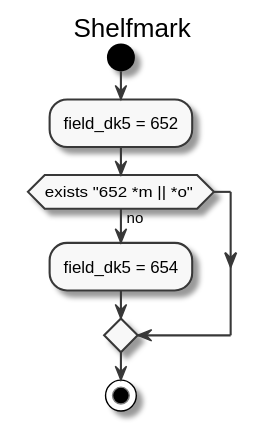
The PlantUML diagram docs/react/localisation/shelfmark2.svg in danskernesdigitalebibliotek/plantuml, before a commit.
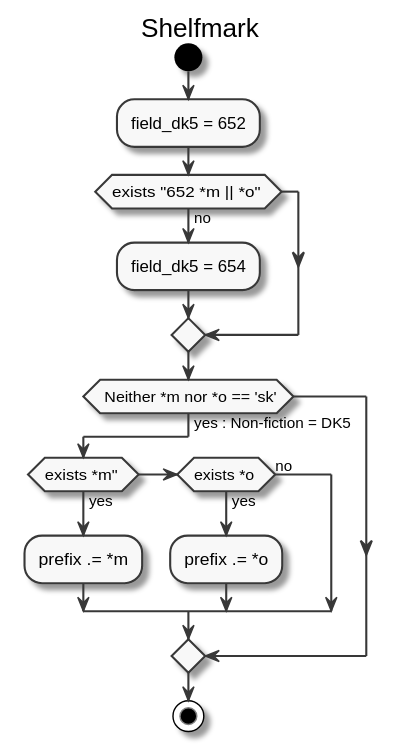
The same file after the commit.

What changed in the source:
```diff
@@ -11,5 +11,15 @@
 
 
 
+if ( Neither *m nor *o == 'sk') then (yes : Non-fiction = DK5)
+    if (exists *m" ) then (yes)
+        :prefix .= *m;
+    elseif (exists *o ) then (yes)
+        :prefix .= *o;
+    else (no)
+    endif
+
+endif
+
 stop
 @enduml
```
